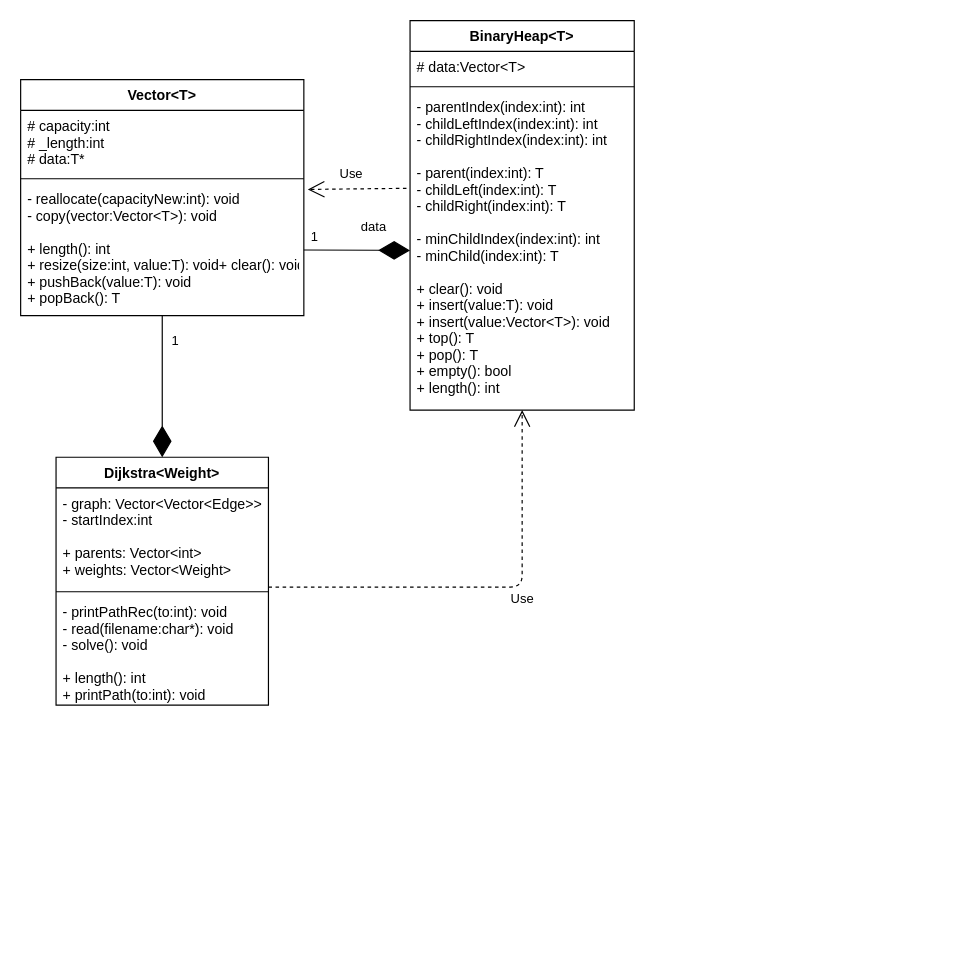
Earlier version of the draw.io diagram handin/UML.drawio (asztrikx/bme-heap-cplusplus). Source tidied: cells renumbered, new cells numbered last; positions are measured from the earlier drawing's top-left corner, leaving out a move shared by most shapes. Both pictures are drawn from the tidied source at 118%, with x=0, y=0 at pixel (20, 20).
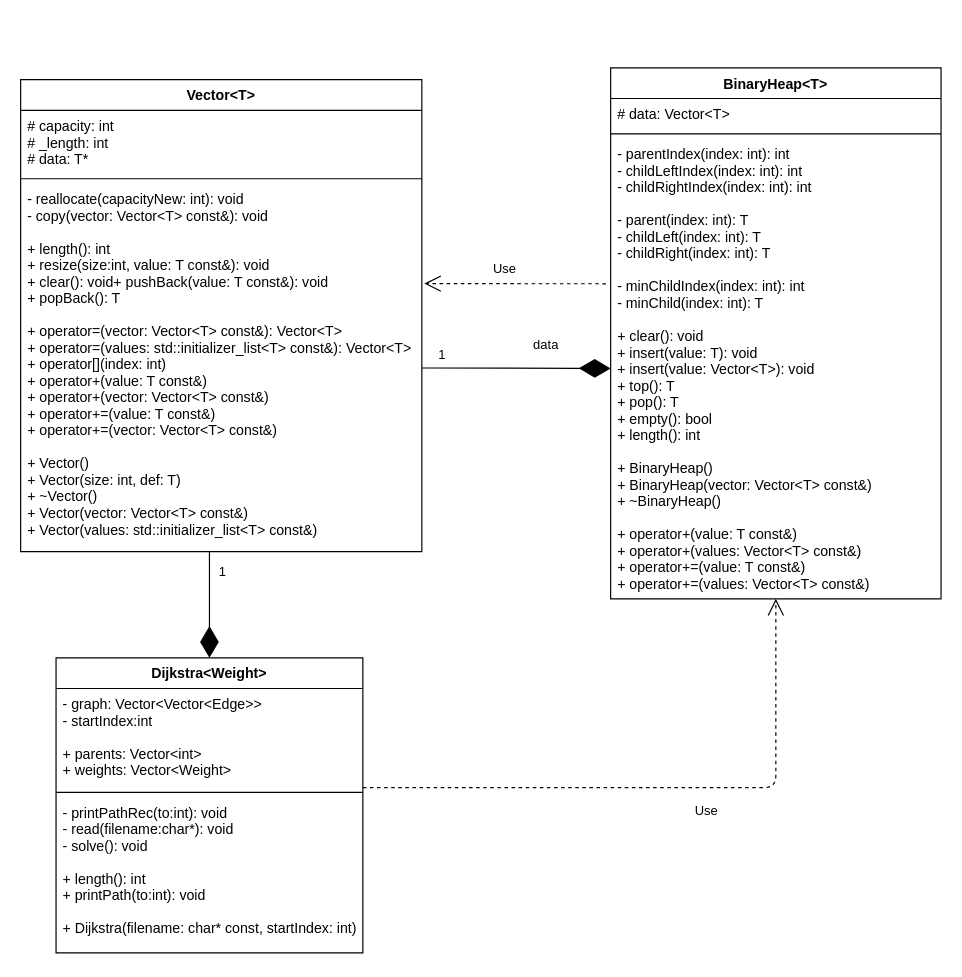
The same page after the edit.

Diff of the diagram source:
```diff
@@
     <mxCell id="2" value="Vector&lt;T&gt;" style="swimlane;fontStyle=1;align=center;verticalAlign=top;horizontal=1;startSize=26;" parent="1" vertex="1">
-      <mxGeometry y="50" width="240" height="200" as="geometry" />
+      <mxGeometry y="50" width="340" height="400" as="geometry" />
     </mxCell>
-    <mxCell id="3" value="# capacity:int&#10;# _length:int&#10;# data:T*&#10;" style="text;strokeColor=none;fillColor=none;align=left;verticalAlign=top;spacingLeft=4;spacingRight=4;overflow=hidden;" parent="2" vertex="1">
-      <mxGeometry y="26" width="240" height="54" as="geometry" />
+    <mxCell id="3" value="# capacity: int&#10;# _length: int&#10;# data: T*&#10;" style="text;strokeColor=none;fillColor=none;align=left;verticalAlign=top;spacingLeft=4;spacingRight=4;overflow=hidden;" parent="2" vertex="1">
+      <mxGeometry y="26" width="340" height="54" as="geometry" />
     </mxCell>
     <mxCell id="4" style="line;strokeWidth=1;fillColor=none;align=left;verticalAlign=middle;spacingTop=-1;spacingLeft=3;spacingRight=3;labelPosition=right;" parent="2" vertex="1">
-      <mxGeometry y="80" width="240" height="8" as="geometry" />
+      <mxGeometry y="80" width="340" height="8" as="geometry" />
     </mxCell>
-    <mxCell id="5" value="- reallocate(capacityNew:int): void&#10;- copy(vector:Vector&lt;T&gt;): void&#10;&#10;+ length(): int&#10;+ resize(size:int, value:T): void+ clear(): void&#10;+ pushBack(value:T): void&#10;+ popBack(): T&#10;" style="text;strokeColor=none;fillColor=none;align=left;verticalAlign=top;spacingLeft=4;spacingRight=4;overflow=hidden;points=[[0,0.5],[1,0.5]];portConstraint=eastwest;" parent="2" vertex="1">
-      <mxGeometry y="88" width="240" height="112" as="geometry" />
+    <mxCell id="5" value="- reallocate(capacityNew: int): void&#10;- copy(vector: Vector&lt;T&gt; const&amp;): void&#10;&#10;+ length(): int&#10;+ resize(size:int, value: T const&amp;): void&#10;+ clear(): void+ pushBack(value: T const&amp;): void&#10;+ popBack(): T&#10;&#10;+ operator=(vector: Vector&lt;T&gt; const&amp;): Vector&lt;T&gt;&#10;+ operator=(values: std::initializer_list&lt;T&gt; const&amp;): Vector&lt;T&gt;&#10;+ operator[](index: int)&#10;+ operator+(value: T const&amp;)&#10;+ operator+(vector: Vector&lt;T&gt; const&amp;)&#10;+ operator+=(value: T const&amp;)&#10;+ operator+=(vector: Vector&lt;T&gt; const&amp;)&#10;&#10;+ Vector()&#10;+ Vector(size: int, def: T)&#10;+ ~Vector()&#10;+ Vector(vector: Vector&lt;T&gt; const&amp;)&#10;+ Vector(values: std::initializer_list&lt;T&gt; const&amp;)&#10;&#10;&#10;&#10;&#10;&#10;" style="text;strokeColor=none;fillColor=none;align=left;verticalAlign=top;spacingLeft=4;spacingRight=4;overflow=hidden;points=[[0,0.5],[1,0.5]];portConstraint=eastwest;" parent="2" vertex="1">
+      <mxGeometry y="88" width="340" height="312" as="geometry" />
     </mxCell>
     <mxCell id="6" value="BinaryHeap&lt;T&gt;" style="swimlane;fontStyle=1;align=center;verticalAlign=top;horizontal=1;startSize=26;" parent="1" vertex="1">
-      <mxGeometry x="330" width="190" height="330" as="geometry" />
+      <mxGeometry x="500" y="40" width="280" height="450" as="geometry" />
     </mxCell>
-    <mxCell id="7" value="# data:Vector&lt;T&gt;" style="text;strokeColor=none;fillColor=none;align=left;verticalAlign=top;spacingLeft=4;spacingRight=4;overflow=hidden;" parent="6" vertex="1">
-      <mxGeometry y="26" width="190" height="26" as="geometry" />
+    <mxCell id="7" value="# data: Vector&lt;T&gt;" style="text;strokeColor=none;fillColor=none;align=left;verticalAlign=top;spacingLeft=4;spacingRight=4;overflow=hidden;" parent="6" vertex="1">
+      <mxGeometry y="26" width="280" height="26" as="geometry" />
     </mxCell>
     <mxCell id="8" style="line;strokeWidth=1;fillColor=none;align=left;verticalAlign=middle;spacingTop=-1;spacingLeft=3;spacingRight=3;labelPosition=right;" parent="6" vertex="1">
-      <mxGeometry y="52" width="190" height="8" as="geometry" />
+      <mxGeometry y="52" width="280" height="8" as="geometry" />
     </mxCell>
-    <mxCell id="9" value="- parentIndex(index:int): int&#10;- childLeftIndex(index:int): int&#10;- childRightIndex(index:int): int&#10;&#10;- parent(index:int): T&#10;- childLeft(index:int): T&#10;- childRight(index:int): T&#10;&#10;- minChildIndex(index:int): int&#10;- minChild(index:int): T&#10;&#10;+ clear(): void&#10;+ insert(value:T): void&#10;+ insert(value:Vector&lt;T&gt;): void&#10;+ top(): T&#10;+ pop(): T&#10;+ empty(): bool&#10;+ length(): int&#10;&#10;" style="text;strokeColor=none;fillColor=none;align=left;verticalAlign=top;spacingLeft=4;spacingRight=4;overflow=hidden;points=[[0,0.5],[1,0.5]];portConstraint=eastwest;" parent="6" vertex="1">
-      <mxGeometry y="60" width="190" height="270" as="geometry" />
+    <mxCell id="9" value="- parentIndex(index: int): int&#10;- childLeftIndex(index: int): int&#10;- childRightIndex(index: int): int&#10;&#10;- parent(index: int): T&#10;- childLeft(index: int): T&#10;- childRight(index: int): T&#10;&#10;- minChildIndex(index: int): int&#10;- minChild(index: int): T&#10;&#10;+ clear(): void&#10;+ insert(value: T): void&#10;+ insert(value: Vector&lt;T&gt;): void&#10;+ top(): T&#10;+ pop(): T&#10;+ empty(): bool&#10;+ length(): int&#10;&#10;+ BinaryHeap()&#10;+ BinaryHeap(vector: Vector&lt;T&gt; const&amp;)&#10;+ ~BinaryHeap()&#10;&#10;+ operator+(value: T const&amp;)&#10;+ operator+(values: Vector&lt;T&gt; const&amp;)&#10;+ operator+=(value: T const&amp;)&#10;+ operator+=(values: Vector&lt;T&gt; const&amp;)&#10;&#10;" style="text;strokeColor=none;fillColor=none;align=left;verticalAlign=top;spacingLeft=4;spacingRight=4;overflow=hidden;points=[[0,0.5],[1,0.5]];portConstraint=eastwest;" parent="6" vertex="1">
+      <mxGeometry y="60" width="280" height="390" as="geometry" />
     </mxCell>
@@
-    <mxCell id="13" value="Use" style="endArrow=open;endSize=12;dashed=1;html=1;exitX=-0.016;exitY=0.304;exitDx=0;exitDy=0;exitPerimeter=0;entryX=1.014;entryY=0.045;entryDx=0;entryDy=0;entryPerimeter=0;" parent="1" edge="1" source="9" target="5">
-      <mxGeometry x="0.12" y="-13" relative="1" as="geometry" />
+    <mxCell id="13" value="Use" style="endArrow=open;endSize=12;dashed=1;html=1;entryX=1.006;entryY=0.272;entryDx=0;entryDy=0;entryPerimeter=0;" parent="1" edge="1" target="5">
+      <mxGeometry x="0.12" y="-13" relative="1" as="geometry">
+        <mxPoint x="496" y="223" as="sourcePoint" />
+      </mxGeometry>
     </mxCell>
     <mxCell id="14" value="Dijkstra&lt;Weight&gt;" style="swimlane;fontStyle=1;align=center;verticalAlign=top;horizontal=1;startSize=26;" parent="1" vertex="1">
-      <mxGeometry x="30" y="370" width="180" height="210" as="geometry" />
+      <mxGeometry x="30" y="540" width="260" height="250" as="geometry" />
     </mxCell>
     <mxCell id="15" value="- graph: Vector&lt;Vector&lt;Edge&gt;&gt;&#10;- startIndex:int&#10;&#10;+ parents: Vector&lt;int&gt;&#10;+ weights: Vector&lt;Weight&gt;&#10;&#10;" style="text;strokeColor=none;fillColor=none;align=left;verticalAlign=top;spacingLeft=4;spacingRight=4;overflow=hidden;points=[[0,0.5],[1,0.5]];portConstraint=eastwest;" parent="14" vertex="1">
-      <mxGeometry y="26" width="180" height="84" as="geometry" />
+      <mxGeometry y="26" width="260" height="84" as="geometry" />
     </mxCell>
     <mxCell id="16" style="line;strokeWidth=1;fillColor=none;align=left;verticalAlign=middle;spacingTop=-1;spacingLeft=3;spacingRight=3;labelPosition=right;" parent="14" vertex="1">
-      <mxGeometry y="110" width="180" height="8" as="geometry" />
+      <mxGeometry y="110" width="260" height="8" as="geometry" />
     </mxCell>
-    <mxCell id="17" value="- printPathRec(to:int): void&#10;- read(filename:char*): void&#10;- solve(): void&#10;&#10;+ length(): int&#10;+ printPath(to:int): void&#10;&#10;" style="text;strokeColor=none;fillColor=none;align=left;verticalAlign=top;spacingLeft=4;spacingRight=4;overflow=hidden;" parent="14" vertex="1">
-      <mxGeometry y="118" width="180" height="92" as="geometry" />
+    <mxCell id="17" value="- printPathRec(to:int): void&#10;- read(filename:char*): void&#10;- solve(): void&#10;&#10;+ length(): int&#10;+ printPath(to:int): void&#10;&#10;+ Dijkstra(filename: char* const, startIndex: int)&#10;&#10;&#10;" style="text;strokeColor=none;fillColor=none;align=left;verticalAlign=top;spacingLeft=4;spacingRight=4;overflow=hidden;" parent="14" vertex="1">
+      <mxGeometry y="118" width="260" height="132" as="geometry" />
     </mxCell>
-    <mxCell id="18" style="endArrow=diamondThin;endFill=1;endSize=24;html=1;entryX=0.5;entryY=0;entryDx=0;entryDy=0;" parent="1" edge="1" source="5" target="14">
-      <mxGeometry relative="1" as="geometry" />
+    <mxCell id="18" style="endArrow=diamondThin;endFill=1;endSize=24;html=1;entryX=0.5;entryY=0;entryDx=0;entryDy=0;" parent="1" edge="1" target="14">
+      <mxGeometry relative="1" as="geometry">
+        <mxPoint x="160" y="450" as="sourcePoint" />
+      </mxGeometry>
     </mxCell>
@@
     <mxCell id="20" value="Use" style="endArrow=open;endSize=12;dashed=1;html=1;exitX=1;exitY=1;exitDx=0;exitDy=0;exitPerimeter=0;entryX=0.5;entryY=1;entryDx=0;entryDy=0;" parent="1" edge="1" source="15" target="6">
       <mxGeometry x="0.18" y="-10" relative="1" as="geometry">
         <Array as="points">
-          <mxPoint x="425" y="480" />
+          <mxPoint x="640" y="650" />
         </Array>
         <mxPoint x="-10" y="10" as="offset" />
       </mxGeometry>
     </mxCell>
```
